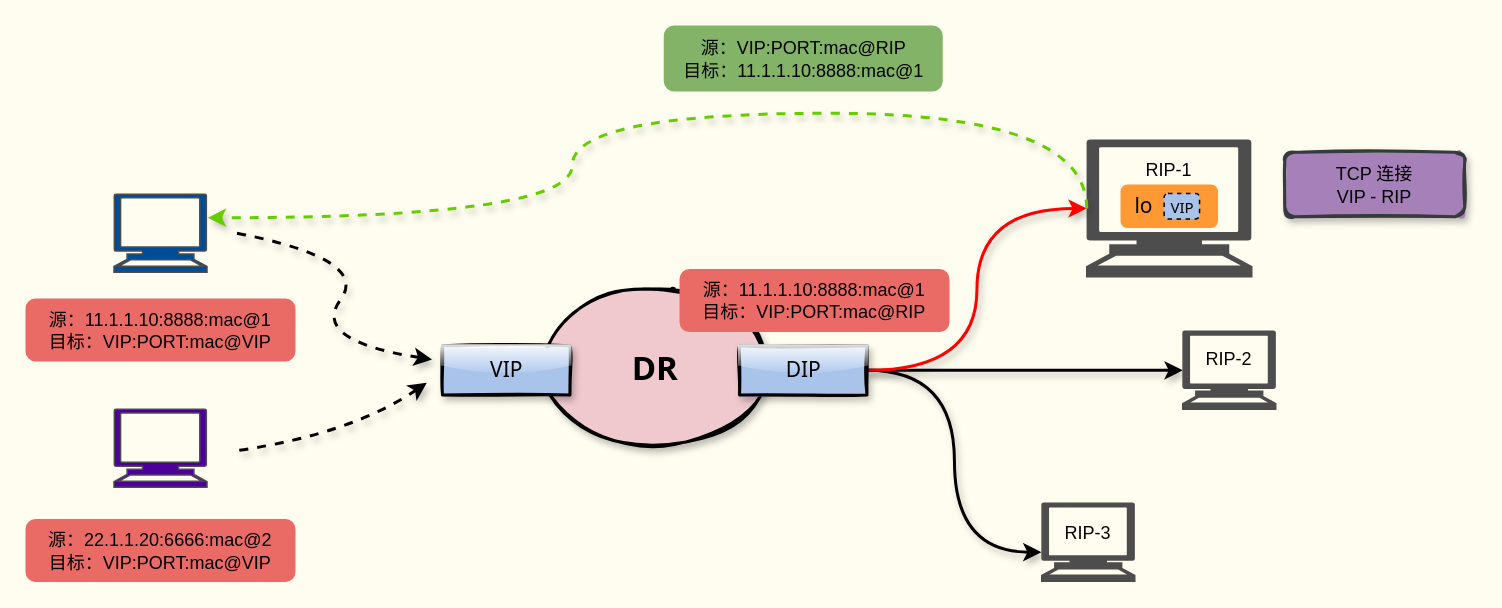
Earlier version of the draw.io diagram pictures/负载均衡/dr.drawio (boxtsecond/draw). Source tidied: cells renumbered, new cells numbered last; positions are measured from the earlier drawing's top-left corner, leaving out a move shared by most shapes. Both pictures are drawn from the tidied source at 150%, with x=0, y=0 at pixel (26, 26).
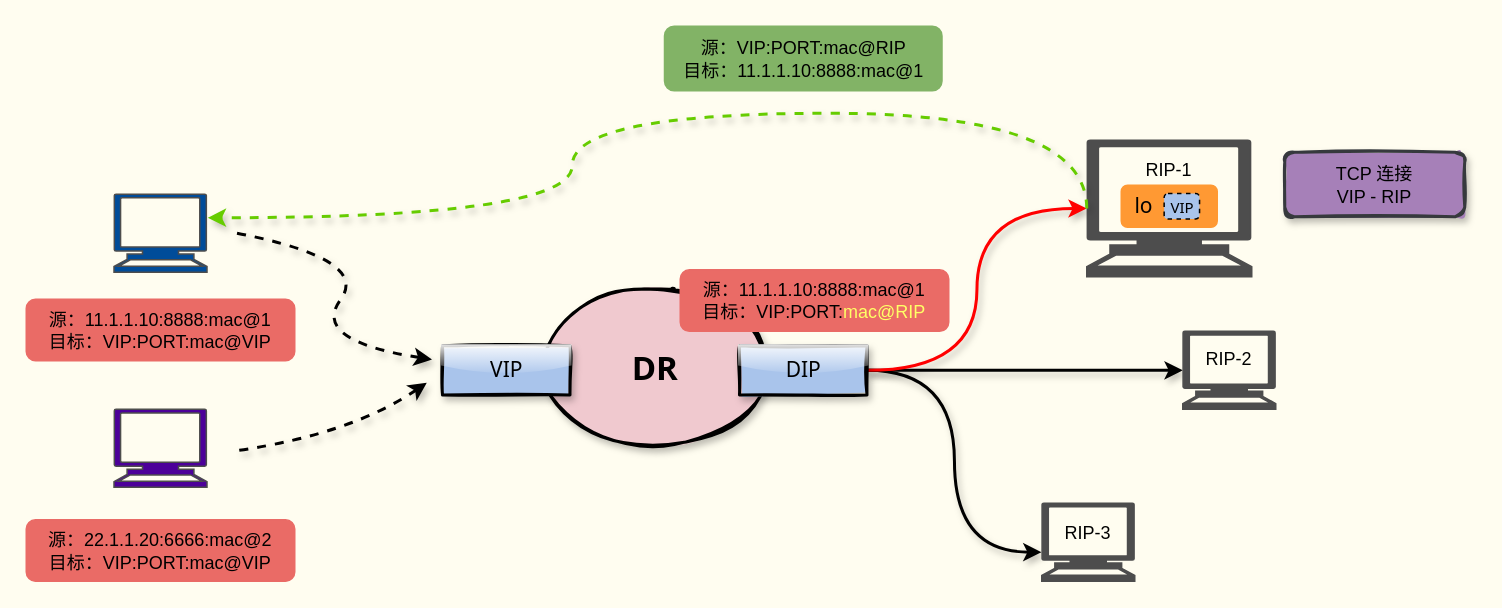
After the change.

What changed in the source:
```diff
@@
-    <mxCell id="17" value="源：&lt;span style=&quot;font-family: &amp;#34;helvetica&amp;#34;&quot;&gt;11.1.1.10:8888&lt;/span&gt;&lt;span style=&quot;font-family: &amp;#34;helvetica&amp;#34;&quot;&gt;:mac@1&lt;/span&gt;&lt;br&gt;目标：VIP:PORT:mac@R&lt;span style=&quot;font-family: &amp;#34;helvetica&amp;#34;&quot;&gt;IP&lt;/span&gt;" style="rounded=1;whiteSpace=wrap;html=1;fillColor=#EA6B66;strokeColor=#EA6B66;" parent="1" vertex="1">
+    <mxCell id="17" value="源：&lt;span style=&quot;font-family: &amp;#34;helvetica&amp;#34;&quot;&gt;11.1.1.10:8888&lt;/span&gt;&lt;span style=&quot;font-family: &amp;#34;helvetica&amp;#34;&quot;&gt;:mac@1&lt;/span&gt;&lt;br&gt;目标：VIP:PORT:&lt;font color=&quot;#ffff66&quot;&gt;mac@R&lt;span style=&quot;font-family: &amp;#34;helvetica&amp;#34;&quot;&gt;IP&lt;/span&gt;&lt;/font&gt;" style="rounded=1;whiteSpace=wrap;html=1;fillColor=#EA6B66;strokeColor=#EA6B66;" parent="1" vertex="1">
       <mxGeometry x="436" y="162.4" width="179" height="41" as="geometry" />
     </mxCell>
```
